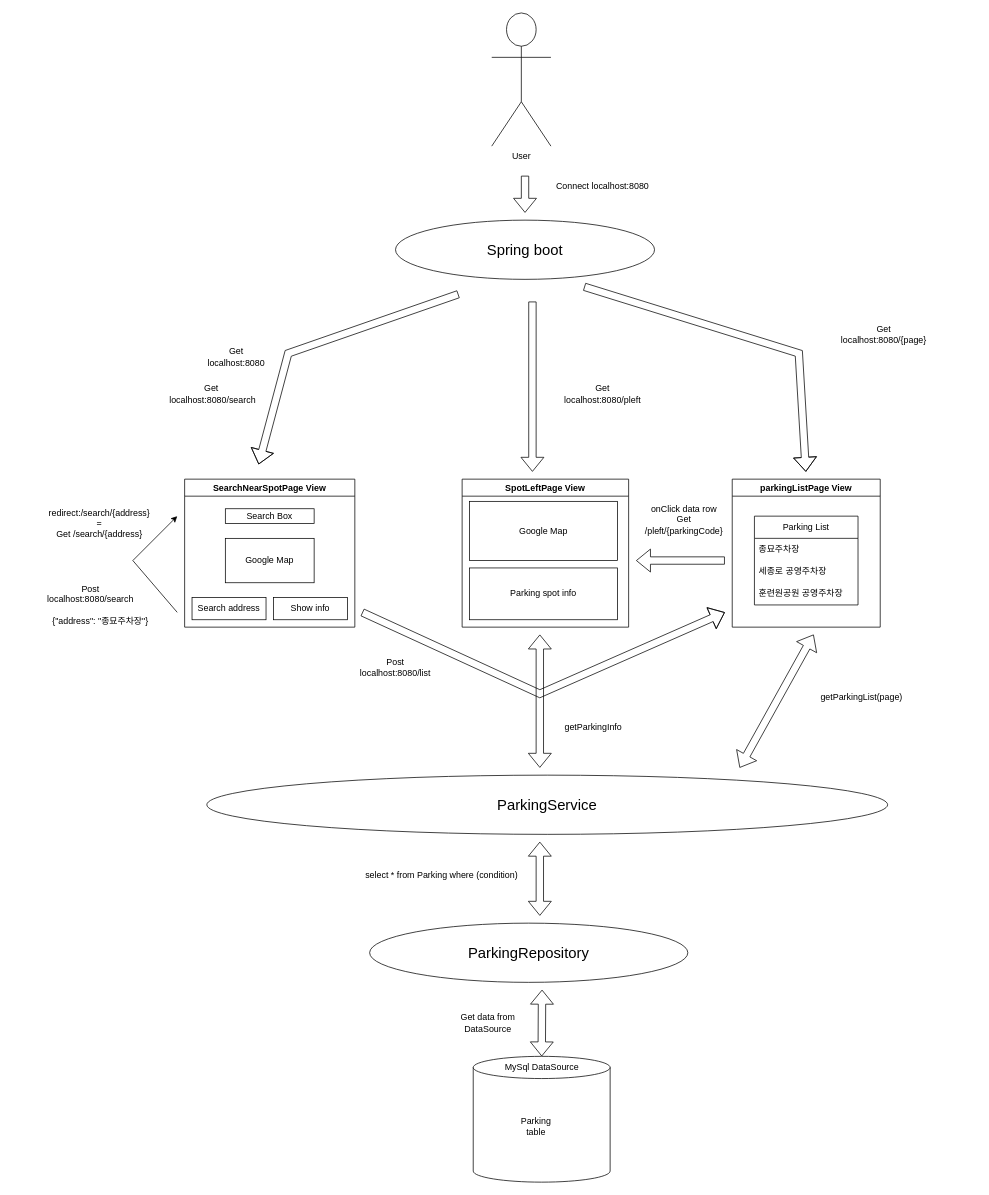
The draw.io diagram sql/Untitled Diagram.drawio in SalkCoding/ParkingHere, before the edit. Source tidied: cells renumbered, new cells numbered last; positions are measured from the earlier drawing's top-left corner, leaving out a move shared by most shapes. Both pictures are drawn from the tidied source at 74%, with x=0, y=0 at pixel (13, 13).
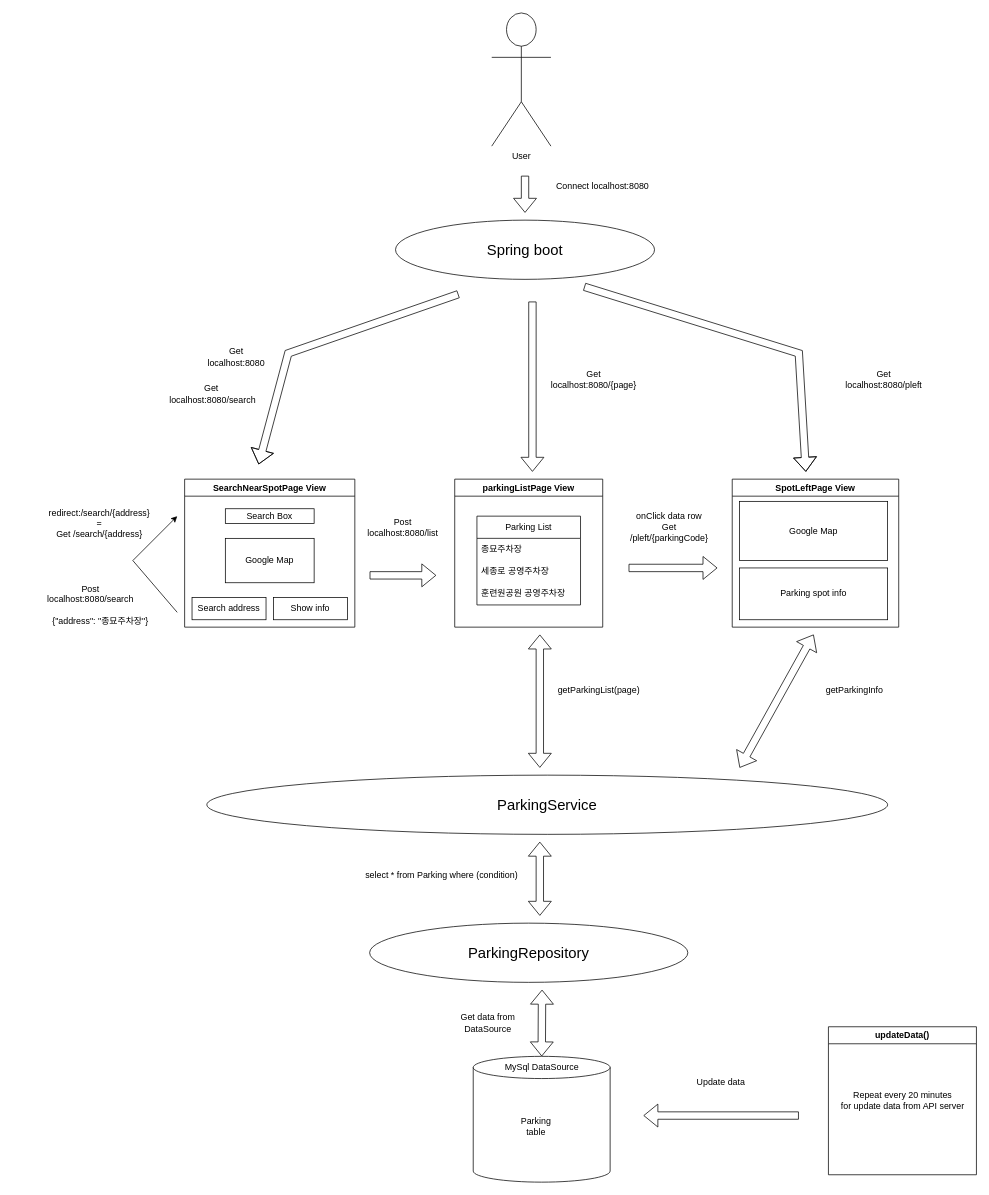
The same page after the edit.

Diff of the diagram source:
```diff
@@
     <mxCell id="19" value="SpotLeftPage View" style="swimlane;whiteSpace=wrap;html=1;" parent="1" vertex="1">
-      <mxGeometry x="607" y="630" width="225" height="200" as="geometry" />
+      <mxGeometry x="972" y="630" width="225" height="200" as="geometry" />
     </mxCell>
@@
     <mxCell id="24" value="parkingListPage View" style="swimlane;whiteSpace=wrap;html=1;" parent="1" vertex="1">
-      <mxGeometry x="972" y="630" width="200" height="200" as="geometry" />
+      <mxGeometry x="597" y="630" width="200" height="200" as="geometry" />
     </mxCell>
@@
     <mxCell id="30" value="Get&lt;br&gt;localhost:8080/pleft" style="text;html=1;strokeColor=none;fillColor=none;align=center;verticalAlign=middle;whiteSpace=wrap;rounded=0;" parent="1" vertex="1">
-      <mxGeometry x="702" y="500" width="190" height="30" as="geometry" />
+      <mxGeometry x="1082" y="480" width="190" height="30" as="geometry" />
     </mxCell>
     <mxCell id="31" value="Get&lt;br&gt;localhost:8080/{page}" style="text;html=1;strokeColor=none;fillColor=none;align=center;verticalAlign=middle;whiteSpace=wrap;rounded=0;" parent="1" vertex="1">
-      <mxGeometry x="1082" y="420" width="190" height="30" as="geometry" />
+      <mxGeometry x="689.5" y="480" width="190" height="30" as="geometry" />
     </mxCell>
@@
     <mxCell id="34" value="getParkingList(page)" style="text;html=1;strokeColor=none;fillColor=none;align=center;verticalAlign=middle;whiteSpace=wrap;rounded=0;" parent="1" vertex="1">
-      <mxGeometry x="1082" y="910" width="130" height="30" as="geometry" />
+      <mxGeometry x="727" y="900" width="130" height="30" as="geometry" />
     </mxCell>
@@
-    <mxCell id="36" style="shape=flexArrow;endArrow=classic;html=1;rounded=0;" parent="1" edge="1">
-      <mxGeometry relative="1" as="geometry">
-        <mxPoint x="962" y="740" as="sourcePoint" />
-        <mxPoint x="842" y="740" as="targetPoint" />
-      </mxGeometry>
-    </mxCell>
     <mxCell id="37" value="onClick data row&lt;br&gt;Get&lt;br&gt;/pleft/{parkingCode}" style="text;html=1;strokeColor=none;fillColor=none;align=center;verticalAlign=middle;whiteSpace=wrap;rounded=0;" parent="1" vertex="1">
-      <mxGeometry x="852" y="650" width="110" height="70" as="geometry" />
+      <mxGeometry x="832" y="660" width="110" height="70" as="geometry" />
     </mxCell>
-    <mxCell id="38" style="shape=flexArrow;endArrow=classic;html=1;rounded=0;" parent="1" edge="1">
-      <mxGeometry relative="1" as="geometry">
-        <mxPoint x="472" y="810" as="sourcePoint" />
-        <mxPoint x="962" y="810" as="targetPoint" />
-        <Array as="points">
-          <mxPoint x="712" y="920" />
-        </Array>
-      </mxGeometry>
-    </mxCell>
     <mxCell id="39" value="Post&lt;br&gt;localhost:8080/list" style="text;html=1;strokeColor=none;fillColor=none;align=center;verticalAlign=middle;whiteSpace=wrap;rounded=0;" parent="1" vertex="1">
-      <mxGeometry x="462" y="870" width="110" height="30" as="geometry" />
+      <mxGeometry x="472" y="680" width="110" height="30" as="geometry" />
     </mxCell>
@@
     <mxCell id="42" value="getParkingInfo" style="text;html=1;strokeColor=none;fillColor=none;align=center;verticalAlign=middle;whiteSpace=wrap;rounded=0;" parent="1" vertex="1">
-      <mxGeometry x="702" y="950" width="165" height="30" as="geometry" />
+      <mxGeometry x="1055" y="900" width="165" height="30" as="geometry" />
     </mxCell>
@@
+    <mxCell id="47" style="shape=flexArrow;endArrow=classic;html=1;rounded=0;" parent="1" edge="1">
+      <mxGeometry relative="1" as="geometry">
+        <mxPoint x="482" y="760" as="sourcePoint" />
+        <mxPoint x="572" y="760" as="targetPoint" />
+      </mxGeometry>
+    </mxCell>
+    <mxCell id="48" style="shape=flexArrow;endArrow=classic;html=1;rounded=0;" parent="1" edge="1">
+      <mxGeometry relative="1" as="geometry">
+        <mxPoint x="832" y="750" as="sourcePoint" />
+        <mxPoint x="952" y="750" as="targetPoint" />
+      </mxGeometry>
+    </mxCell>
+    <mxCell id="49" value="updateData()" style="swimlane;whiteSpace=wrap;html=1;" parent="1" vertex="1">
+      <mxGeometry x="1102" y="1370" width="200" height="200" as="geometry" />
+    </mxCell>
+    <mxCell id="50" value="Repeat every 20 minutes&lt;br&gt;for update data from API server" style="text;html=1;align=center;verticalAlign=middle;strokeColor=none;fillColor=none;" parent="49" vertex="1">
+      <mxGeometry x="5" y="80" width="190" height="40" as="geometry" />
+    </mxCell>
+    <mxCell id="51" style="shape=flexArrow;endArrow=classic;html=1;rounded=0;" parent="1" edge="1">
+      <mxGeometry relative="1" as="geometry">
+        <mxPoint x="1062" y="1490" as="sourcePoint" />
+        <mxPoint x="852" y="1490" as="targetPoint" />
+      </mxGeometry>
+    </mxCell>
+    <mxCell id="52" value="Update data" style="text;html=1;strokeColor=none;fillColor=none;align=center;verticalAlign=middle;whiteSpace=wrap;rounded=0;" parent="1" vertex="1">
+      <mxGeometry x="902" y="1430" width="110" height="30" as="geometry" />
+    </mxCell>
```
